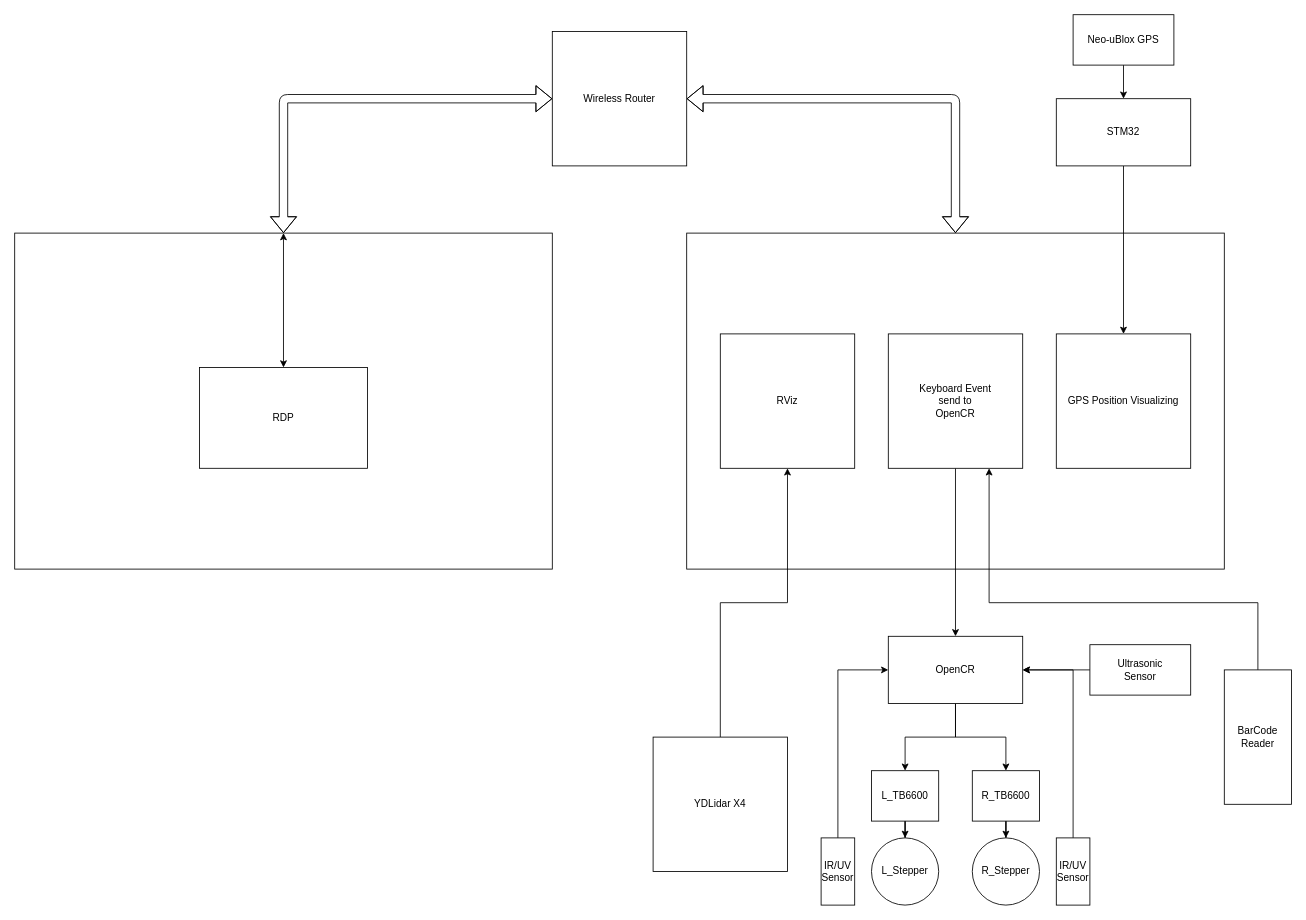
This is doc/System_manual.drawio from kor-taeyoon/KW-Express, a draw.io file, before an edit. Source tidied: cells renumbered, new cells numbered last; positions are measured from the earlier drawing's top-left corner, leaving out a move shared by most shapes. Both pictures are drawn from the tidied source at 84%, with x=0, y=0 at pixel (14, 14).
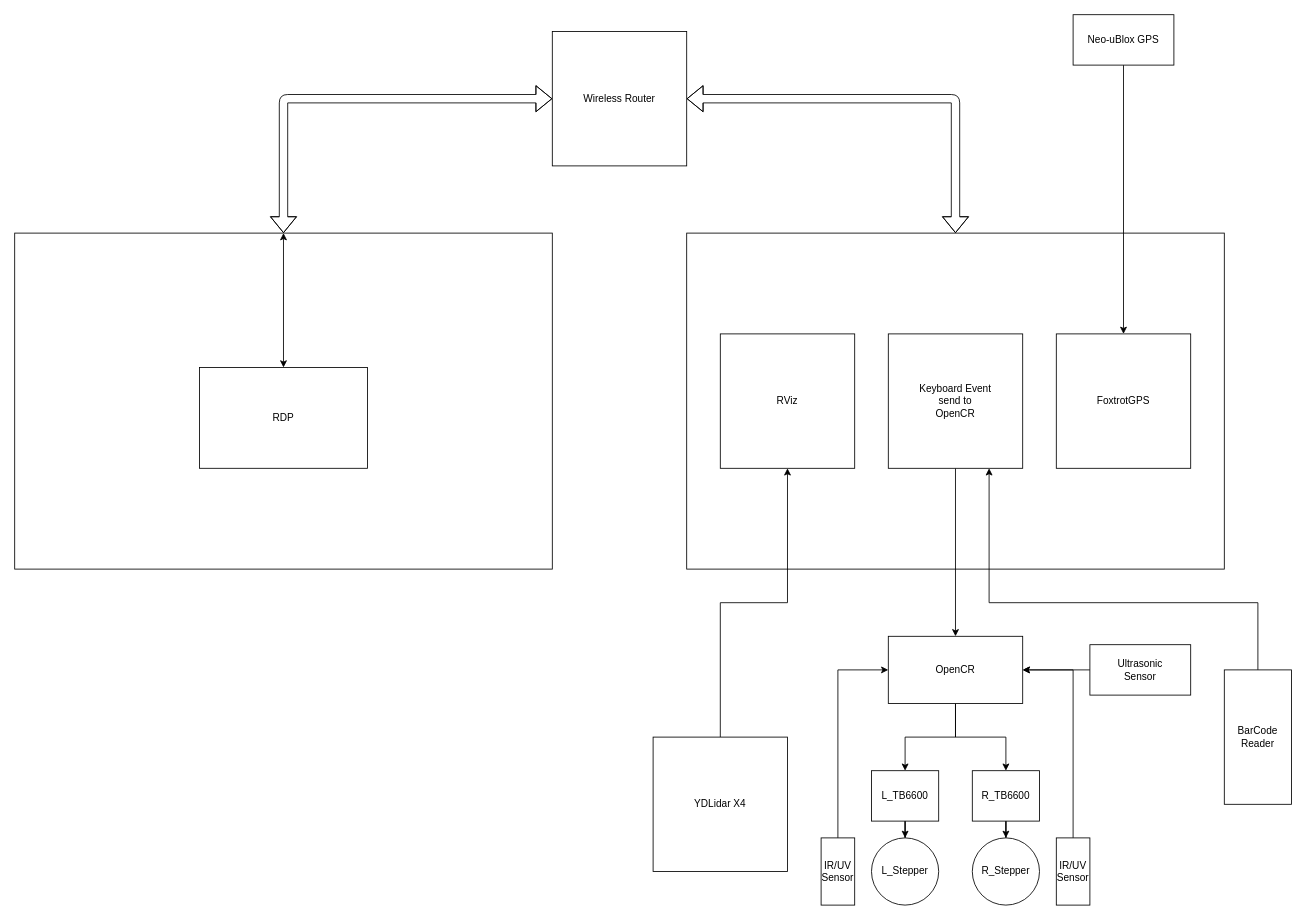
Above is the later version.

Commit message (it also covers changes not shown here):
GPS Visualizing tool changed(linux)

The change refers to these unchanged cells:
```xml
<mxCell id="9" value="Neo-uBlox GPS" style="whiteSpace=wrap;html=1;" parent="1" vertex="1">
  <mxGeometry x="1260" width="120" height="60" as="geometry" />
</mxCell>
```

Change to the diagram source:
```diff
@@
-    <mxCell id="3" value="GPS Position Visualizing" style="whiteSpace=wrap;html=1;" parent="1" vertex="1">
+    <mxCell id="3" value="FoxtrotGPS" style="whiteSpace=wrap;html=1;" parent="1" vertex="1">
       <mxGeometry x="1240" y="380" width="160" height="160" as="geometry" />
     </mxCell>
@@
-    <mxCell id="6" style="edgeStyle=orthogonalEdgeStyle;rounded=0;jettySize=auto;html=1;entryX=0.5;entryY=0;entryDx=0;entryDy=0;" parent="1" edge="1" source="7" target="3">
-      <mxGeometry relative="1" as="geometry" />
-    </mxCell>
-    <mxCell id="7" value="STM32" style="whiteSpace=wrap;html=1;" parent="1" vertex="1">
-      <mxGeometry x="1240" y="100" width="160" height="80" as="geometry" />
-    </mxCell>
-    <mxCell id="8" style="edgeStyle=orthogonalEdgeStyle;rounded=0;jettySize=auto;html=1;entryX=0.5;entryY=0;entryDx=0;entryDy=0;" parent="1" edge="1" source="9" target="7">
-      <mxGeometry relative="1" as="geometry" />
-    </mxCell>
+    <mxCell id="36" style="edgeStyle=orthogonalEdgeStyle;rounded=0;jettySize=auto;html=1;entryX=0.5;entryY=0;entryDx=0;entryDy=0;" parent="1" edge="1" source="9" target="3">
+      <mxGeometry relative="1" as="geometry" />
+    </mxCell>
```
